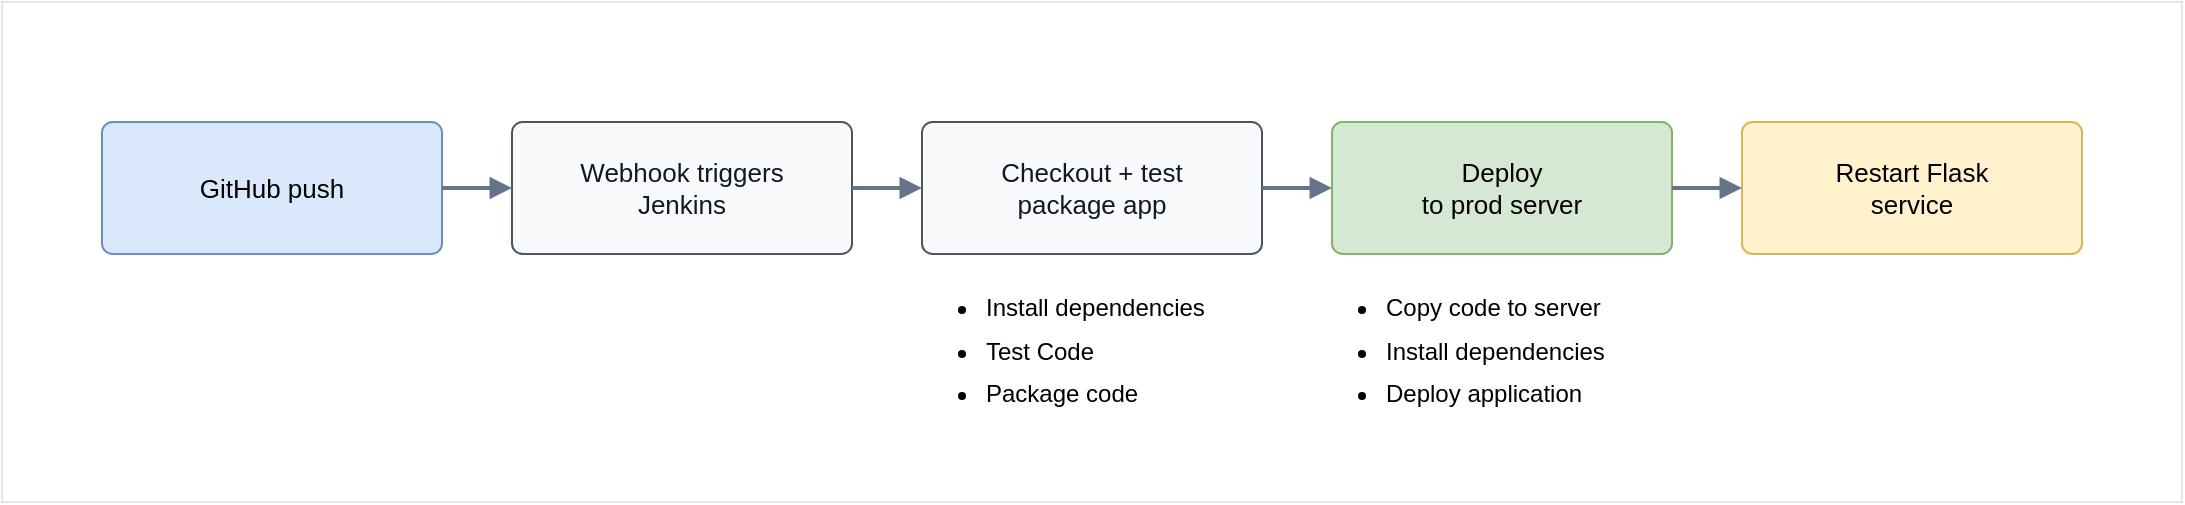
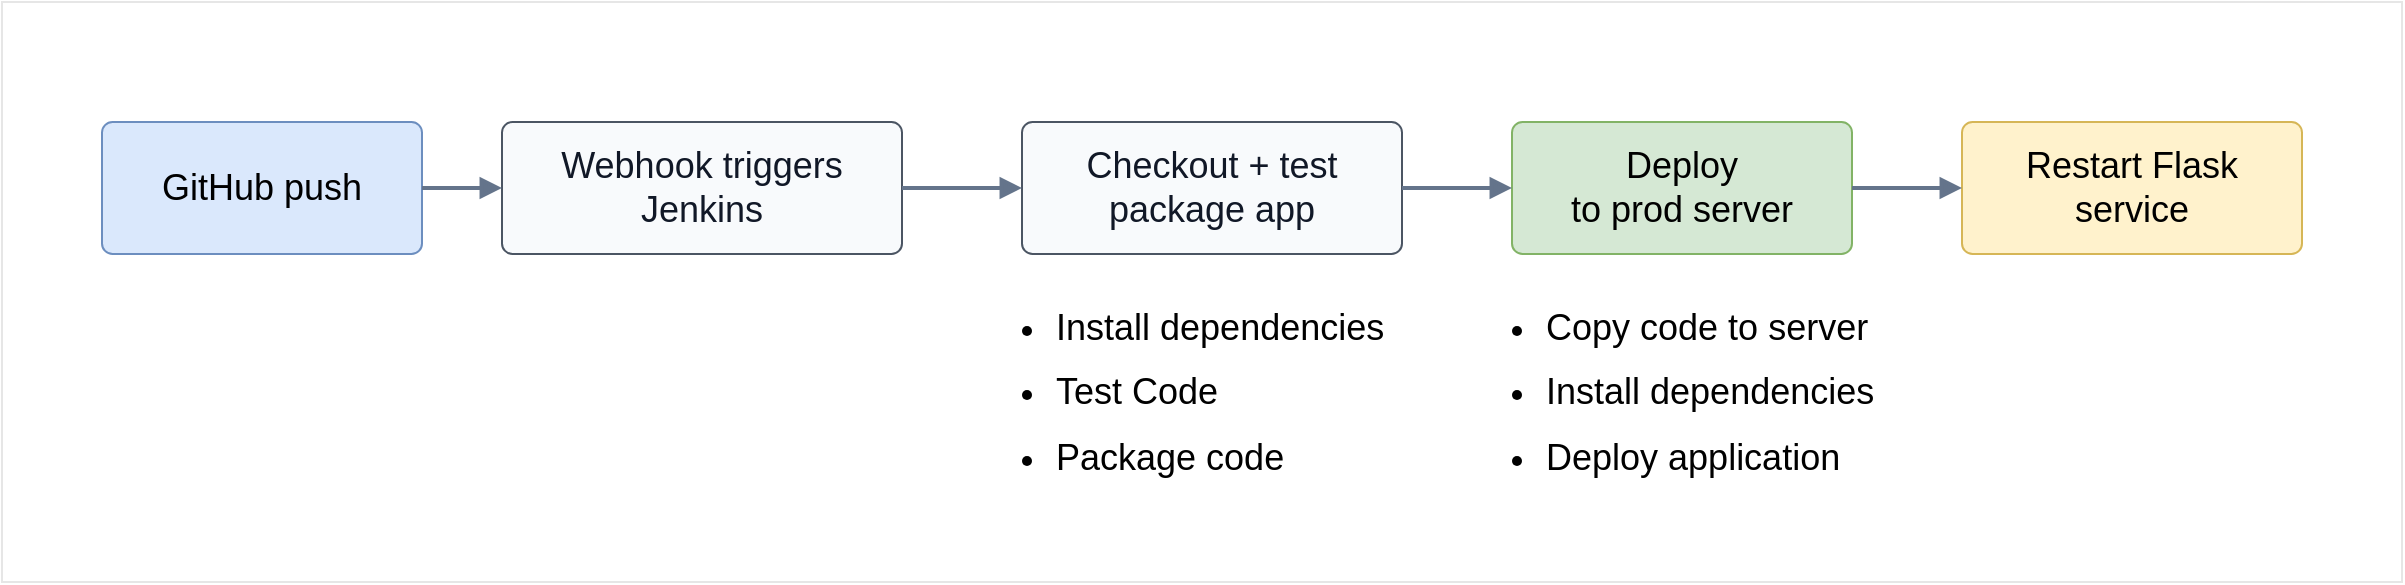
<mxfile host="Electron" agent="Mozilla/5.0 (Windows NT 10.0; Win64; x64) AppleWebKit/537.36 (KHTML, like Gecko) draw.io/29.5.2 Chrome/142.0.7444.265 Electron/39.6.1 Safari/537.36" version="29.5.2">
  <diagram id="ci/cd-pipeline-for-flask-application" name="CI/CD Pipeline for Flask Application">
    <mxGraphModel dx="2429" dy="766" grid="1" gridSize="10" guides="1" tooltips="1" connect="1" arrows="1" fold="1" page="1" pageScale="1" pageWidth="1120" pageHeight="520" math="0" shadow="0">
      <root>
        <mxCell id="0" />
        <mxCell id="1" parent="0" />
        <mxCell id="22axvIAS_a4AkPhddey3-3" parent="1" style="rounded=0;whiteSpace=wrap;html=1;strokeColor=#E6E6E6;" value="" vertex="1">
-           <mxGeometry height="250" width="1090" x="-10" y="120" as="geometry" />
+           <mxGeometry height="290" width="1200" x="-130" y="120" as="geometry" />
        </mxCell>
-         <mxCell id="id2" parent="1" style="rounded=1;whiteSpace=wrap;html=1;arcSize=8;strokeColor=#6c8ebf;fillColor=#dae8fc;fontSize=13;spacing=10;" value="GitHub push" vertex="1">
-           <mxGeometry height="66" width="170" x="40" y="180" as="geometry" />
+         <mxCell id="id2" parent="1" style="rounded=1;whiteSpace=wrap;html=1;arcSize=8;strokeColor=#6c8ebf;fillColor=#dae8fc;fontSize=18;spacing=10;" value="GitHub push" vertex="1">
+           <mxGeometry height="66" width="160" x="-80" y="180" as="geometry" />
        </mxCell>
-         <mxCell id="id3" parent="1" style="rounded=1;whiteSpace=wrap;html=1;arcSize=8;strokeColor=#4b5563;fillColor=#f8fafc;fontColor=#111827;fontSize=13;spacing=10;" value="Webhook triggers&lt;br&gt;Jenkins" vertex="1">
-           <mxGeometry height="66" width="170" x="245" y="180" as="geometry" />
+         <mxCell id="id3" parent="1" style="rounded=1;whiteSpace=wrap;html=1;arcSize=8;strokeColor=#4b5563;fillColor=#f8fafc;fontColor=#111827;fontSize=18;spacing=10;" value="Webhook triggers&lt;br&gt;Jenkins" vertex="1">
+           <mxGeometry height="66" width="200" x="120" y="180" as="geometry" />
        </mxCell>
-         <mxCell id="id4" parent="1" style="rounded=1;whiteSpace=wrap;html=1;arcSize=8;strokeColor=#4b5563;fillColor=#f8fafc;fontColor=#111827;fontSize=13;spacing=10;" value="Checkout + test&lt;br&gt;package app" vertex="1">
-           <mxGeometry height="66" width="170" x="450" y="180" as="geometry" />
+         <mxCell id="id4" parent="1" style="rounded=1;whiteSpace=wrap;html=1;arcSize=8;strokeColor=#4b5563;fillColor=#f8fafc;fontColor=#111827;fontSize=18;spacing=10;" value="Checkout + test&lt;br&gt;package app" vertex="1">
+           <mxGeometry height="66" width="190" x="380" y="180" as="geometry" />
        </mxCell>
-         <mxCell id="id5" parent="1" style="rounded=1;whiteSpace=wrap;html=1;arcSize=8;strokeColor=#82b366;fillColor=#d5e8d4;fontSize=13;spacing=10;" value="Deploy&lt;br&gt;to prod server" vertex="1">
-           <mxGeometry height="66" width="170" x="655" y="180" as="geometry" />
+         <mxCell id="id5" parent="1" style="rounded=1;whiteSpace=wrap;html=1;arcSize=8;strokeColor=#82b366;fillColor=#d5e8d4;fontSize=18;spacing=10;" value="Deploy&lt;br&gt;to prod server" vertex="1">
+           <mxGeometry height="66" width="170" x="625" y="180" as="geometry" />
        </mxCell>
-         <mxCell id="id6" parent="1" style="rounded=1;whiteSpace=wrap;html=1;arcSize=8;strokeColor=#d6b656;fillColor=#fff2cc;fontSize=13;spacing=10;" value="Restart Flask&lt;br&gt;service" vertex="1">
-           <mxGeometry height="66" width="170" x="860" y="180" as="geometry" />
+         <mxCell id="id6" parent="1" style="rounded=1;whiteSpace=wrap;html=1;arcSize=8;strokeColor=#d6b656;fillColor=#fff2cc;fontSize=18;spacing=10;" value="Restart Flask&lt;br&gt;service" vertex="1">
+           <mxGeometry height="66" width="170" x="850" y="180" as="geometry" />
        </mxCell>
        <mxCell id="id7" edge="1" parent="1" source="id2" style="endArrow=block;html=1;rounded=0;strokeWidth=2;strokeColor=#64748b;fontColor=#475569;fontSize=11;" target="id3" value="">
          <mxGeometry relative="1" as="geometry" />
        </mxCell>
        <mxCell id="id8" edge="1" parent="1" source="id3" style="endArrow=block;html=1;rounded=0;strokeWidth=2;strokeColor=#64748b;fontColor=#475569;fontSize=11;" target="id4" value="">
          <mxGeometry relative="1" as="geometry" />
        </mxCell>
        <mxCell id="id9" edge="1" parent="1" source="id4" style="endArrow=block;html=1;rounded=0;strokeWidth=2;strokeColor=#64748b;fontColor=#475569;fontSize=11;" target="id5" value="">
          <mxGeometry relative="1" as="geometry" />
        </mxCell>
        <mxCell id="id10" edge="1" parent="1" source="id5" style="endArrow=block;html=1;rounded=0;strokeWidth=2;strokeColor=#64748b;fontColor=#475569;fontSize=11;" target="id6" value="">
          <mxGeometry relative="1" as="geometry" />
        </mxCell>
-         <mxCell id="22axvIAS_a4AkPhddey3-1" parent="1" style="rounded=0;whiteSpace=wrap;html=1;align=left;fillColor=none;strokeColor=none;" value="&lt;div style=&quot;line-height: 150%;&quot;&gt;&lt;ul style=&quot;line-height: 180%;&quot;&gt;&lt;li&gt;Install dependencies&lt;/li&gt;&lt;li&gt;Test Code&amp;nbsp;&lt;/li&gt;&lt;li&gt;Package code&lt;/li&gt;&lt;/ul&gt;&lt;/div&gt;" vertex="1">
-           <mxGeometry height="90" width="180" x="440" y="250" as="geometry" />
+         <mxCell id="22axvIAS_a4AkPhddey3-1" parent="1" style="rounded=0;whiteSpace=wrap;html=1;align=left;fillColor=none;strokeColor=none;fontSize=18;" value="&lt;div style=&quot;line-height: 150%;&quot;&gt;&lt;ul style=&quot;line-height: 180%;&quot;&gt;&lt;li&gt;Install dependencies&lt;/li&gt;&lt;li&gt;Test Code&amp;nbsp;&lt;/li&gt;&lt;li&gt;Package code&lt;/li&gt;&lt;/ul&gt;&lt;/div&gt;" vertex="1">
+           <mxGeometry height="90" width="270" x="355" y="270" as="geometry" />
        </mxCell>
-         <mxCell id="22axvIAS_a4AkPhddey3-2" parent="1" style="rounded=0;whiteSpace=wrap;html=1;align=left;fillColor=none;strokeColor=none;" value="&lt;div style=&quot;line-height: 150%;&quot;&gt;&lt;ul style=&quot;line-height: 180%;&quot;&gt;&lt;li&gt;Copy code to server&lt;/li&gt;&lt;li&gt;Install dependencies&lt;/li&gt;&lt;li&gt;Deploy application&lt;/li&gt;&lt;/ul&gt;&lt;/div&gt;" vertex="1">
-           <mxGeometry height="90" width="180" x="640" y="250" as="geometry" />
+         <mxCell id="22axvIAS_a4AkPhddey3-2" parent="1" style="rounded=0;whiteSpace=wrap;html=1;align=left;fillColor=none;strokeColor=none;fontSize=18;" value="&lt;div style=&quot;line-height: 150%;&quot;&gt;&lt;ul style=&quot;line-height: 180%;&quot;&gt;&lt;li&gt;Copy code to server&lt;/li&gt;&lt;li&gt;Install dependencies&lt;/li&gt;&lt;li&gt;Deploy application&lt;/li&gt;&lt;/ul&gt;&lt;/div&gt;" vertex="1">
+           <mxGeometry height="90" width="235" x="600" y="270" as="geometry" />
        </mxCell>
      </root>
    </mxGraphModel>
  </diagram>
</mxfile>
